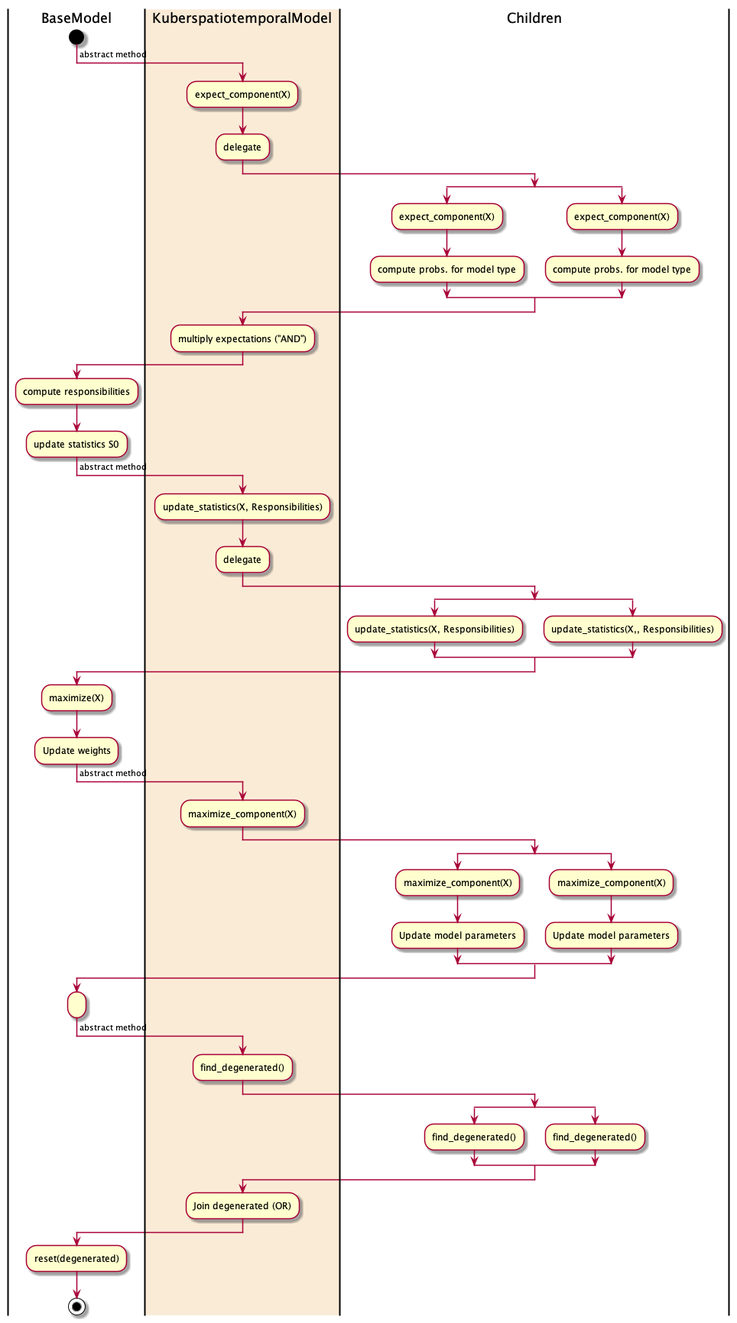
yasamansamiee/aiml_troubleshooting keeps this PlantUML diagram as doc/source/_static/EM.png. Above is the earlier version.
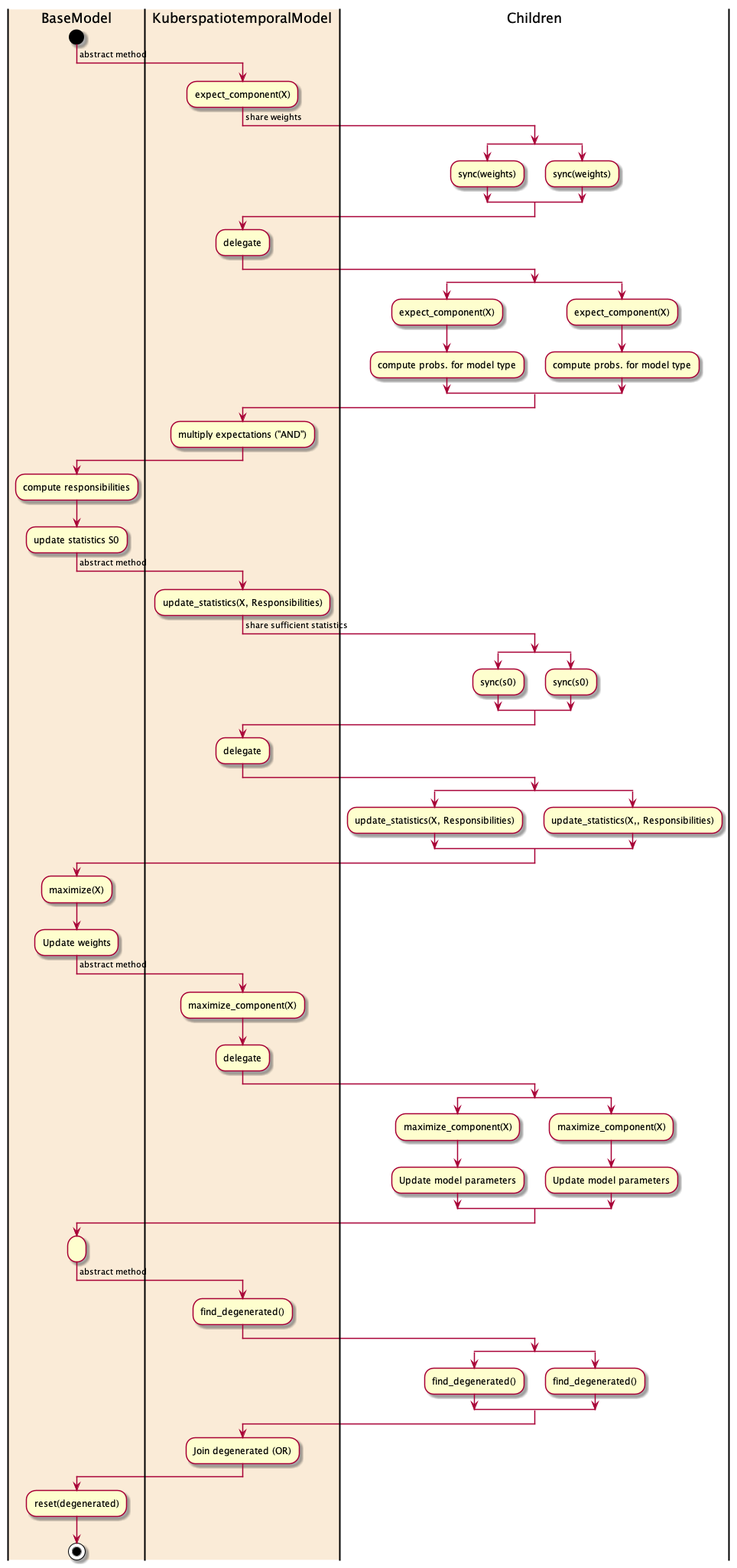
The same diagram one commit later.

Commit message:
Update UML diagram

The edit, as a diff of the source:
```diff
@@ -1,9 +1,17 @@
 @startuml
-|BaseModel|
+|#AntiqueWhite|BaseModel|
 start
 ->         abstract method;
 |#AntiqueWhite|KuberspatiotemporalModel|
 :expect_component(X);
+-> share weights;
+split
+|Children|
+:sync(weights);
+split again
+:sync(weights);
+end split
+|#AntiqueWhite|KuberspatiotemporalModel|
 :delegate;
 split
 |Children|
@@ -21,6 +29,14 @@
 -> abstract method;
 |#AntiqueWhite|KuberspatiotemporalModel|
 :update_statistics(X, Responsibilities);
+-> share sufficient statistics;
+split
+|Children|
+:sync(s0);
+split again
+:sync(s0);
+end split
+|#AntiqueWhite|KuberspatiotemporalModel|
 :delegate;
 split
 |Children|
@@ -35,6 +51,9 @@
 
 |#AntiqueWhite|KuberspatiotemporalModel|
 :maximize_component(X);
+
+|#AntiqueWhite|KuberspatiotemporalModel|
+:delegate;
 split
 |Children|
 :maximize_component(X);
```
